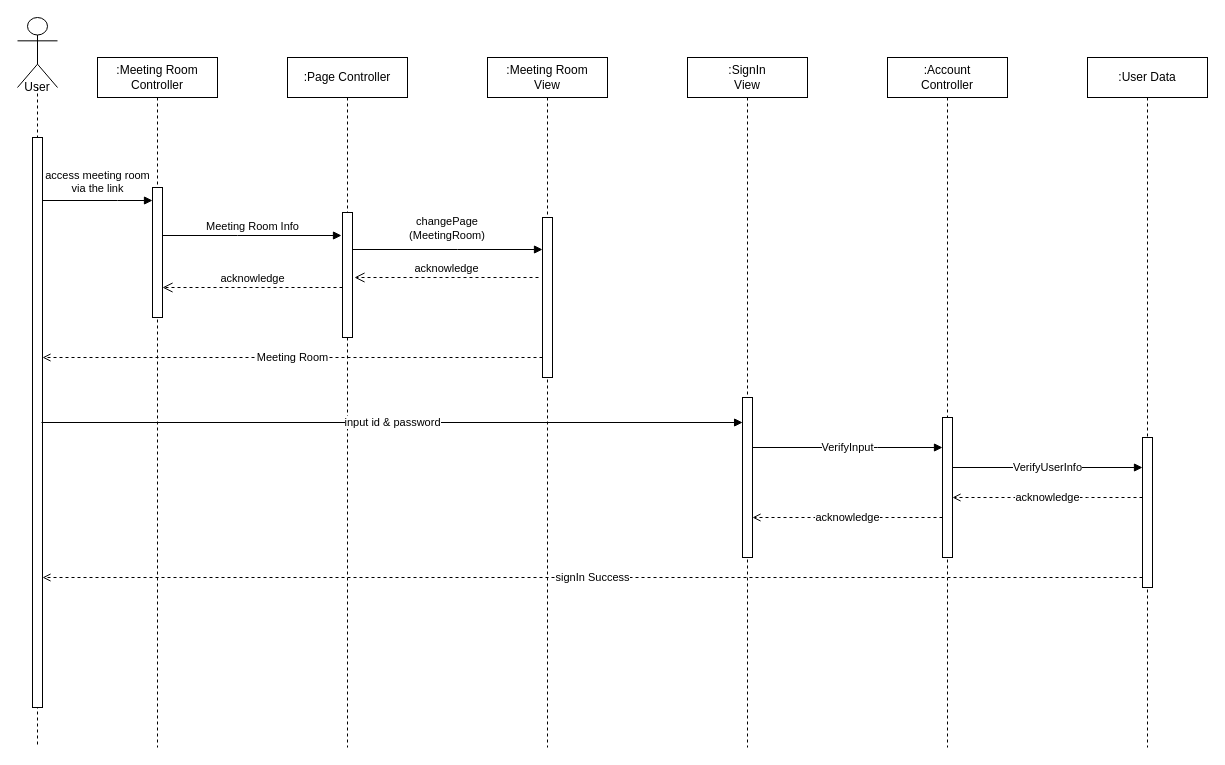
ONFFLine/Diagram keeps this draw.io diagram as SD2-1.drawio. Above is the earlier version. Source tidied: cells renumbered, new cells numbered last; positions are measured from the earlier drawing's top-left corner, leaving out a move shared by most shapes. Both pictures are drawn from the tidied source at 100%, with x=0, y=0 at pixel (17, 17).
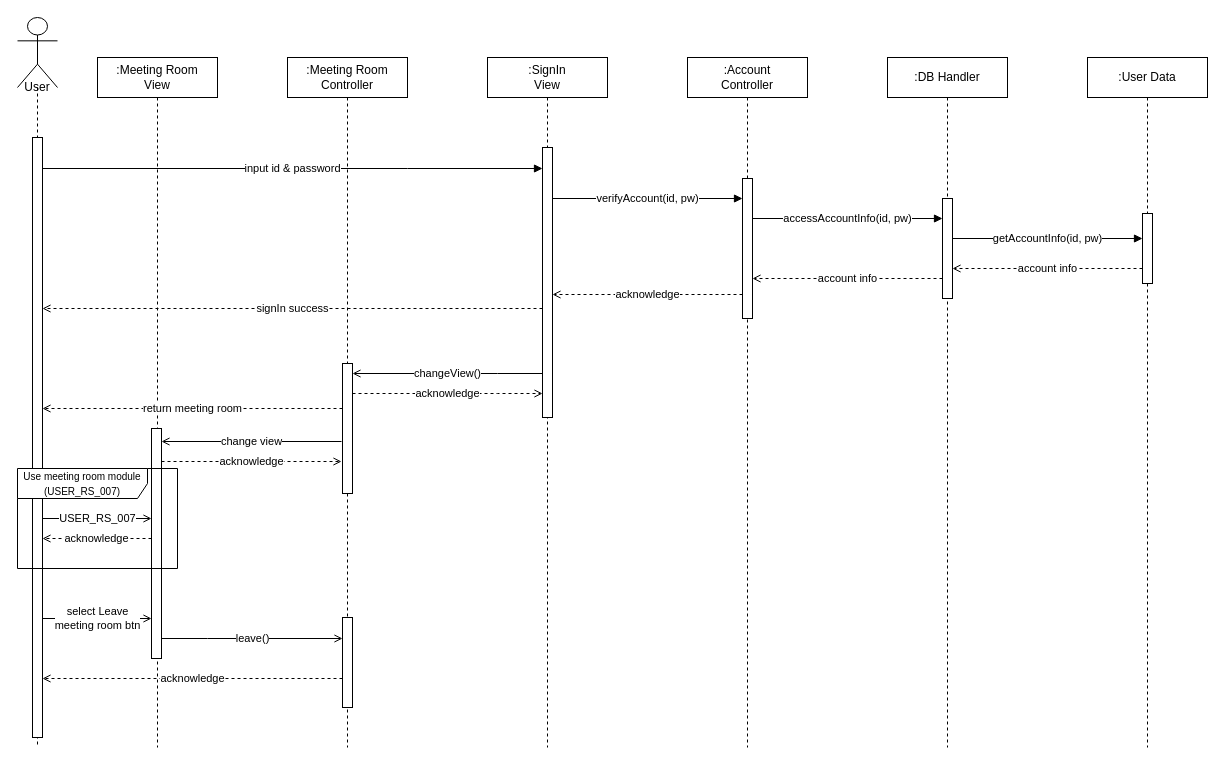
The same page after the edit.

Unchanged cells that the change refers to:
```xml
<mxCell id="8" style="shape=umlLifeline;participant=umlActor;perimeter=lifelinePerimeter;whiteSpace=wrap;html=1;verticalAlign=top;spacingTop=36;size=70;" parent="1" vertex="1">
  <mxGeometry width="40" height="730" as="geometry" />
</mxCell>
```

Change to the diagram source:
```diff
@@
-    <mxCell id="2" value=":Meeting Room Controller" style="shape=umlLifeline;perimeter=lifelinePerimeter;whiteSpace=wrap;html=1;" parent="1" vertex="1">
+    <mxCell id="2" value=":Meeting Room &lt;br&gt;View" style="shape=umlLifeline;perimeter=lifelinePerimeter;whiteSpace=wrap;html=1;" parent="1" vertex="1">
       <mxGeometry x="80" y="40" width="120" height="690" as="geometry" />
     </mxCell>
-    <mxCell id="3" style="html=1;points=[];perimeter=orthogonalPerimeter;" parent="2" vertex="1">
-      <mxGeometry x="55" y="130" width="10" height="130" as="geometry" />
-    </mxCell>
-    <mxCell id="4" value=":Page Controller" style="shape=umlLifeline;perimeter=lifelinePerimeter;whiteSpace=wrap;html=1;" parent="1" vertex="1">
+    <mxCell id="4" value=":Meeting Room Controller" style="shape=umlLifeline;perimeter=lifelinePerimeter;whiteSpace=wrap;html=1;" parent="1" vertex="1">
       <mxGeometry x="270" y="40" width="120" height="690" as="geometry" />
     </mxCell>
-    <mxCell id="5" style="html=1;points=[];perimeter=orthogonalPerimeter;" parent="4" vertex="1">
-      <mxGeometry x="55" y="155" width="10" height="125" as="geometry" />
-    </mxCell>
-    <mxCell id="6" value=":Meeting Room &lt;br&gt;View" style="shape=umlLifeline;perimeter=lifelinePerimeter;whiteSpace=wrap;html=1;" parent="1" vertex="1">
+    <mxCell id="6" value=":SignIn&lt;br&gt;View" style="shape=umlLifeline;perimeter=lifelinePerimeter;whiteSpace=wrap;html=1;" parent="1" vertex="1">
       <mxGeometry x="470" y="40" width="120" height="690" as="geometry" />
     </mxCell>
-    <mxCell id="7" style="html=1;points=[];perimeter=orthogonalPerimeter;" parent="6" vertex="1">
-      <mxGeometry x="55" y="160" width="10" height="160" as="geometry" />
-    </mxCell>
@@
     <mxCell id="9" style="html=1;points=[];perimeter=orthogonalPerimeter;" parent="8" vertex="1">
-      <mxGeometry x="15" y="120" width="10" height="570" as="geometry" />
+      <mxGeometry x="15" y="120" width="10" height="600" as="geometry" />
     </mxCell>
@@
-    <mxCell id="11" value="access meeting room&lt;br&gt;via the link" style="html=1;verticalAlign=bottom;endArrow=block;rounded=0;edgeStyle=orthogonalEdgeStyle;endFill=1;" parent="1" edge="1">
-      <mxGeometry y="3" relative="1" as="geometry">
-        <mxPoint x="25" y="183" as="sourcePoint" />
-        <mxPoint x="135" y="183" as="targetPoint" />
-        <Array as="points">
-          <mxPoint x="100" y="183" />
-          <mxPoint x="100" y="183" />
-        </Array>
-      </mxGeometry>
-    </mxCell>
-    <mxCell id="12" value="Meeting Room Info" style="html=1;verticalAlign=bottom;endArrow=block;rounded=0;edgeStyle=orthogonalEdgeStyle;endFill=1;" parent="1" edge="1" source="3">
-      <mxGeometry relative="1" as="geometry">
-        <mxPoint x="324" y="218" as="targetPoint" />
-        <Array as="points">
-          <mxPoint x="220" y="218" />
-          <mxPoint x="220" y="218" />
-        </Array>
-      </mxGeometry>
-    </mxCell>
-    <mxCell id="13" value="acknowledge" style="html=1;verticalAlign=bottom;endArrow=open;dashed=1;endSize=8;rounded=0;edgeStyle=orthogonalEdgeStyle;" parent="1" edge="1" source="5">
-      <mxGeometry relative="1" as="geometry">
-        <mxPoint x="145" y="270" as="targetPoint" />
-        <Array as="points">
-          <mxPoint x="145" y="270" />
-        </Array>
-      </mxGeometry>
-    </mxCell>
-    <mxCell id="14" value=":Account&lt;br&gt;Controller" style="shape=umlLifeline;perimeter=lifelinePerimeter;whiteSpace=wrap;html=1;" parent="1" vertex="1">
+    <mxCell id="14" value=":DB Handler" style="shape=umlLifeline;perimeter=lifelinePerimeter;whiteSpace=wrap;html=1;" parent="1" vertex="1">
       <mxGeometry x="870" y="40" width="120" height="690" as="geometry" />
     </mxCell>
-    <mxCell id="15" value=":SignIn&lt;br&gt;View" style="shape=umlLifeline;perimeter=lifelinePerimeter;whiteSpace=wrap;html=1;" parent="1" vertex="1">
+    <mxCell id="15" value=":Account&lt;br&gt;Controller" style="shape=umlLifeline;perimeter=lifelinePerimeter;whiteSpace=wrap;html=1;" parent="1" vertex="1">
       <mxGeometry x="670" y="40" width="120" height="690" as="geometry" />
     </mxCell>
-    <mxCell id="16" style="edgeStyle=orthogonalEdgeStyle;rounded=0;orthogonalLoop=1;jettySize=auto;html=1;endArrow=block;endFill=1;" parent="1" edge="1">
-      <mxGeometry relative="1" as="geometry">
-        <mxPoint x="335" y="232" as="sourcePoint" />
-        <mxPoint x="525" y="232" as="targetPoint" />
-        <Array as="points">
-          <mxPoint x="440" y="232" />
-          <mxPoint x="440" y="232" />
-        </Array>
-      </mxGeometry>
-    </mxCell>
-    <mxCell id="17" value="&lt;span style=&quot;color: rgb(0, 0, 0); font-family: helvetica; font-size: 11px; font-style: normal; font-weight: 400; letter-spacing: normal; text-indent: 0px; text-transform: none; word-spacing: 0px; background-color: rgb(255, 255, 255); display: inline; float: none;&quot;&gt;changePage&lt;br&gt;(MeetingRoom)&lt;br&gt;&lt;/span&gt;" style="text;whiteSpace=wrap;html=1;align=center;" parent="1" vertex="1">
-      <mxGeometry x="370" y="190" width="120" height="30" as="geometry" />
-    </mxCell>
-    <mxCell id="18" value="acknowledge" style="html=1;verticalAlign=bottom;endArrow=open;dashed=1;endSize=8;rounded=0;edgeStyle=orthogonalEdgeStyle;" parent="1" edge="1">
-      <mxGeometry relative="1" as="geometry">
-        <mxPoint x="521" y="260" as="sourcePoint" />
-        <mxPoint x="337" y="260" as="targetPoint" />
-        <Array as="points">
-          <mxPoint x="341" y="260" />
-        </Array>
-      </mxGeometry>
-    </mxCell>
-    <mxCell id="19" value="Meeting Room" style="edgeStyle=orthogonalEdgeStyle;rounded=0;jettySize=auto;html=1;endArrow=open;endFill=0;dashed=1;" parent="1" edge="1" source="7" target="9">
-      <mxGeometry relative="1" as="geometry">
-        <Array as="points">
-          <mxPoint x="170" y="340" />
-          <mxPoint x="170" y="340" />
-        </Array>
-      </mxGeometry>
-    </mxCell>
-    <mxCell id="20" value="VerifyInput" style="edgeStyle=orthogonalEdgeStyle;rounded=0;jettySize=auto;html=1;endArrow=block;endFill=1;" parent="1" edge="1" source="21" target="25">
+    <mxCell id="20" value="verifyAccount(id, pw)" style="edgeStyle=orthogonalEdgeStyle;rounded=0;jettySize=auto;html=1;endArrow=block;endFill=1;" parent="1" edge="1" target="39">
       <mxGeometry relative="1" as="geometry">
+        <mxPoint x="535" y="181" as="sourcePoint" />
         <Array as="points">
-          <mxPoint x="860" y="430" />
-          <mxPoint x="860" y="430" />
+          <mxPoint x="630" y="181" />
+          <mxPoint x="630" y="181" />
         </Array>
       </mxGeometry>
     </mxCell>
+    <mxCell id="30" value="changeView()" style="edgeStyle=orthogonalEdgeStyle;rounded=0;jettySize=auto;html=1;endArrow=open;endFill=0;" parent="1" edge="1" target="35">
+      <mxGeometry relative="1" as="geometry">
+        <mxPoint x="525" y="356" as="sourcePoint" />
+        <Array as="points">
+          <mxPoint x="480" y="356" />
+          <mxPoint x="480" y="356" />
+        </Array>
+      </mxGeometry>
+    </mxCell>
     <mxCell id="21" style="html=1;points=[];perimeter=orthogonalPerimeter;" parent="1" vertex="1">
-      <mxGeometry x="725" y="380" width="10" height="160" as="geometry" />
+      <mxGeometry x="525" y="130" width="10" height="270" as="geometry" />
     </mxCell>
-    <mxCell id="22" value="input id &amp;amp; password" style="edgeStyle=orthogonalEdgeStyle;rounded=0;orthogonalLoop=1;jettySize=auto;html=1;endArrow=block;endFill=1;entryX=0.114;entryY=0.156;entryDx=0;entryDy=0;entryPerimeter=0;" parent="1" edge="1">
-      <mxGeometry relative="1" as="geometry">
-        <mxPoint x="24" y="405" as="sourcePoint" />
-        <mxPoint x="725.1" y="405" as="targetPoint" />
-      </mxGeometry>
-    </mxCell>
-    <mxCell id="23" value="VerifyUserInfo" style="edgeStyle=orthogonalEdgeStyle;rounded=0;jettySize=auto;html=1;endArrow=block;endFill=1;" parent="1" edge="1" source="25" target="29">
+    <mxCell id="23" value="getAccountInfo(id, pw)" style="edgeStyle=orthogonalEdgeStyle;rounded=0;jettySize=auto;html=1;endArrow=block;endFill=1;" parent="1" edge="1" source="25" target="29">
       <mxGeometry relative="1" as="geometry">
         <Array as="points">
-          <mxPoint x="1020" y="450" />
-          <mxPoint x="1020" y="450" />
+          <mxPoint x="1030" y="221" />
+          <mxPoint x="1030" y="221" />
         </Array>
       </mxGeometry>
     </mxCell>
-    <mxCell id="24" value="acknowledge" style="edgeStyle=orthogonalEdgeStyle;rounded=0;jettySize=auto;html=1;dashed=1;endArrow=open;endFill=0;" parent="1" edge="1" source="25" target="21">
-      <mxGeometry relative="1" as="geometry">
-        <Array as="points">
-          <mxPoint x="800" y="500" />
-          <mxPoint x="800" y="500" />
-        </Array>
-      </mxGeometry>
-    </mxCell>
+    <mxCell id="31" value="account info" style="edgeStyle=orthogonalEdgeStyle;rounded=0;jettySize=auto;html=1;endArrow=open;endFill=0;dashed=1;" parent="1" edge="1" source="25" target="39">
+      <mxGeometry relative="1" as="geometry">
+        <Array as="points">
+          <mxPoint x="790" y="261" />
+          <mxPoint x="790" y="261" />
+        </Array>
+      </mxGeometry>
+    </mxCell>
     <mxCell id="25" style="html=1;points=[];perimeter=orthogonalPerimeter;" parent="1" vertex="1">
-      <mxGeometry x="925" y="400" width="10" height="140" as="geometry" />
+      <mxGeometry x="925" y="181" width="10" height="100" as="geometry" />
     </mxCell>
@@
-    <mxCell id="27" value="acknowledge" style="edgeStyle=orthogonalEdgeStyle;rounded=0;jettySize=auto;html=1;endArrow=open;endFill=0;dashed=1;" parent="1" edge="1" source="29" target="25">
+    <mxCell id="27" value="account info" style="edgeStyle=orthogonalEdgeStyle;rounded=0;jettySize=auto;html=1;endArrow=open;endFill=0;dashed=1;" parent="1" edge="1" source="29" target="25">
       <mxGeometry relative="1" as="geometry">
         <Array as="points">
-          <mxPoint x="1070" y="480" />
-          <mxPoint x="1070" y="480" />
+          <mxPoint x="1030" y="251" />
+          <mxPoint x="1030" y="251" />
         </Array>
       </mxGeometry>
     </mxCell>
-    <mxCell id="28" value="signIn Success" style="edgeStyle=orthogonalEdgeStyle;rounded=0;jettySize=auto;html=1;dashed=1;endArrow=open;endFill=0;" parent="1" edge="1" source="29" target="9">
-      <mxGeometry relative="1" as="geometry">
-        <Array as="points">
-          <mxPoint x="390" y="560" />
-          <mxPoint x="390" y="560" />
-        </Array>
-      </mxGeometry>
-    </mxCell>
     <mxCell id="29" style="html=1;points=[];perimeter=orthogonalPerimeter;" parent="1" vertex="1">
-      <mxGeometry x="1125" y="420" width="10" height="150" as="geometry" />
+      <mxGeometry x="1125" y="196" width="10" height="70" as="geometry" />
     </mxCell>
+    <mxCell id="32" value="change view" style="edgeStyle=orthogonalEdgeStyle;rounded=0;jettySize=auto;html=1;endArrow=open;endFill=0;" parent="1" edge="1" target="43">
+      <mxGeometry relative="1" as="geometry">
+        <mxPoint x="324" y="424" as="sourcePoint" />
+        <Array as="points">
+          <mxPoint x="229" y="424" />
+          <mxPoint x="229" y="424" />
+        </Array>
+      </mxGeometry>
+    </mxCell>
+    <mxCell id="33" value="acknowledge" style="edgeStyle=orthogonalEdgeStyle;rounded=0;jettySize=auto;html=1;endArrow=open;endFill=0;dashed=1;" parent="1" edge="1" source="35">
+      <mxGeometry relative="1" as="geometry">
+        <mxPoint x="525" y="376" as="targetPoint" />
+        <Array as="points">
+          <mxPoint x="480" y="376" />
+          <mxPoint x="480" y="376" />
+        </Array>
+      </mxGeometry>
+    </mxCell>
+    <mxCell id="34" value="return meeting room" style="edgeStyle=orthogonalEdgeStyle;rounded=0;jettySize=auto;html=1;endArrow=open;endFill=0;dashed=1;" parent="1" edge="1" source="35">
+      <mxGeometry relative="1" as="geometry">
+        <mxPoint x="25" y="391" as="targetPoint" />
+        <Array as="points">
+          <mxPoint x="180" y="391" />
+          <mxPoint x="180" y="391" />
+        </Array>
+      </mxGeometry>
+    </mxCell>
+    <mxCell id="35" style="html=1;points=[];perimeter=orthogonalPerimeter;" parent="1" vertex="1">
+      <mxGeometry x="325" y="346" width="10" height="130" as="geometry" />
+    </mxCell>
+    <mxCell id="22" value="input id &amp;amp; password" style="edgeStyle=orthogonalEdgeStyle;rounded=0;orthogonalLoop=1;jettySize=auto;html=1;endArrow=block;endFill=1;" parent="1" edge="1">
+      <mxGeometry relative="1" as="geometry">
+        <mxPoint x="25" y="151" as="sourcePoint" />
+        <mxPoint x="525" y="151" as="targetPoint" />
+        <Array as="points">
+          <mxPoint x="390" y="151" />
+          <mxPoint x="390" y="151" />
+        </Array>
+      </mxGeometry>
+    </mxCell>
+    <mxCell id="36" value="accessAccountInfo(id, pw)" style="edgeStyle=orthogonalEdgeStyle;rounded=0;jettySize=auto;html=1;endArrow=block;endFill=1;" parent="1" edge="1" source="39" target="25">
+      <mxGeometry relative="1" as="geometry">
+        <Array as="points">
+          <mxPoint x="830" y="201" />
+          <mxPoint x="830" y="201" />
+        </Array>
+      </mxGeometry>
+    </mxCell>
+    <mxCell id="37" value="signIn success" style="edgeStyle=orthogonalEdgeStyle;rounded=0;orthogonalLoop=1;jettySize=auto;html=1;endArrow=open;endFill=0;dashed=1;" parent="1" edge="1">
+      <mxGeometry relative="1" as="geometry">
+        <mxPoint x="525" y="291" as="sourcePoint" />
+        <mxPoint x="25" y="291" as="targetPoint" />
+        <Array as="points">
+          <mxPoint x="280" y="291" />
+          <mxPoint x="280" y="291" />
+        </Array>
+      </mxGeometry>
+    </mxCell>
+    <mxCell id="38" value="acknowledge" style="edgeStyle=orthogonalEdgeStyle;rounded=0;orthogonalLoop=1;jettySize=auto;html=1;dashed=1;endArrow=open;endFill=0;" parent="1" edge="1">
+      <mxGeometry relative="1" as="geometry">
+        <mxPoint x="725" y="277" as="sourcePoint" />
+        <mxPoint x="535" y="277" as="targetPoint" />
+        <Array as="points">
+          <mxPoint x="630" y="277" />
+          <mxPoint x="630" y="277" />
+        </Array>
+      </mxGeometry>
+    </mxCell>
+    <mxCell id="39" style="html=1;points=[];perimeter=orthogonalPerimeter;" parent="1" vertex="1">
+      <mxGeometry x="725" y="161" width="10" height="140" as="geometry" />
+    </mxCell>
+    <mxCell id="40" value="acknowledge" style="edgeStyle=orthogonalEdgeStyle;rounded=0;jettySize=auto;html=1;dashed=1;endArrow=open;endFill=0;" parent="1" edge="1" source="43">
+      <mxGeometry relative="1" as="geometry">
+        <mxPoint x="324" y="444" as="targetPoint" />
+        <Array as="points">
+          <mxPoint x="189" y="444" />
+          <mxPoint x="189" y="444" />
+        </Array>
+      </mxGeometry>
+    </mxCell>
+    <mxCell id="41" value="acknowledge" style="edgeStyle=orthogonalEdgeStyle;rounded=0;jettySize=auto;html=1;endArrow=open;endFill=0;dashed=1;" parent="1" edge="1" source="43">
+      <mxGeometry relative="1" as="geometry">
+        <mxPoint x="25" y="521" as="targetPoint" />
+        <Array as="points">
+          <mxPoint x="110" y="521" />
+          <mxPoint x="110" y="521" />
+        </Array>
+      </mxGeometry>
+    </mxCell>
+    <mxCell id="42" value="leave()" style="edgeStyle=orthogonalEdgeStyle;rounded=0;jettySize=auto;html=1;endArrow=open;endFill=0;" parent="1" edge="1" source="43">
+      <mxGeometry relative="1" as="geometry">
+        <mxPoint x="325" y="621" as="targetPoint" />
+        <Array as="points">
+          <mxPoint x="190" y="621" />
+          <mxPoint x="190" y="621" />
+        </Array>
+      </mxGeometry>
+    </mxCell>
+    <mxCell id="43" style="html=1;points=[];perimeter=orthogonalPerimeter;" parent="1" vertex="1">
+      <mxGeometry x="134" y="411" width="10" height="230" as="geometry" />
+    </mxCell>
+    <mxCell id="44" value="USER_RS_007" style="edgeStyle=orthogonalEdgeStyle;rounded=0;jettySize=auto;html=1;endArrow=open;endFill=0;" parent="1" edge="1" target="43">
+      <mxGeometry relative="1" as="geometry">
+        <mxPoint x="25" y="501" as="sourcePoint" />
+        <Array as="points">
+          <mxPoint x="80" y="501" />
+          <mxPoint x="80" y="501" />
+        </Array>
+      </mxGeometry>
+    </mxCell>
+    <mxCell id="45" value="select Leave &lt;br&gt;meeting room btn" style="edgeStyle=orthogonalEdgeStyle;rounded=0;jettySize=auto;html=1;endArrow=open;endFill=0;" parent="1" edge="1" target="43">
+      <mxGeometry relative="1" as="geometry">
+        <mxPoint x="25" y="601" as="sourcePoint" />
+        <Array as="points">
+          <mxPoint x="60" y="601" />
+          <mxPoint x="60" y="601" />
+        </Array>
+      </mxGeometry>
+    </mxCell>
+    <mxCell id="46" value="acknowledge" style="edgeStyle=orthogonalEdgeStyle;rounded=0;orthogonalLoop=1;jettySize=auto;html=1;endArrow=open;endFill=0;dashed=1;" parent="1" edge="1">
+      <mxGeometry relative="1" as="geometry">
+        <mxPoint x="325" y="661" as="sourcePoint" />
+        <mxPoint x="25" y="661" as="targetPoint" />
+        <Array as="points">
+          <mxPoint x="170" y="661" />
+          <mxPoint x="170" y="661" />
+        </Array>
+      </mxGeometry>
+    </mxCell>
+    <mxCell id="47" style="html=1;perimeter=orthogonalPerimeter;" parent="1" vertex="1">
+      <mxGeometry x="325" y="600" width="10" height="90" as="geometry" />
+    </mxCell>
+    <mxCell id="48" value="&lt;font style=&quot;font-size: 10px&quot;&gt;Use meeting room module&lt;br&gt;(USER_RS_007)&lt;br&gt;&lt;/font&gt;" style="shape=umlFrame;whiteSpace=wrap;html=1;width=130;height=30;" parent="1" vertex="1">
+      <mxGeometry y="451" width="160" height="100" as="geometry" />
+    </mxCell>
```
